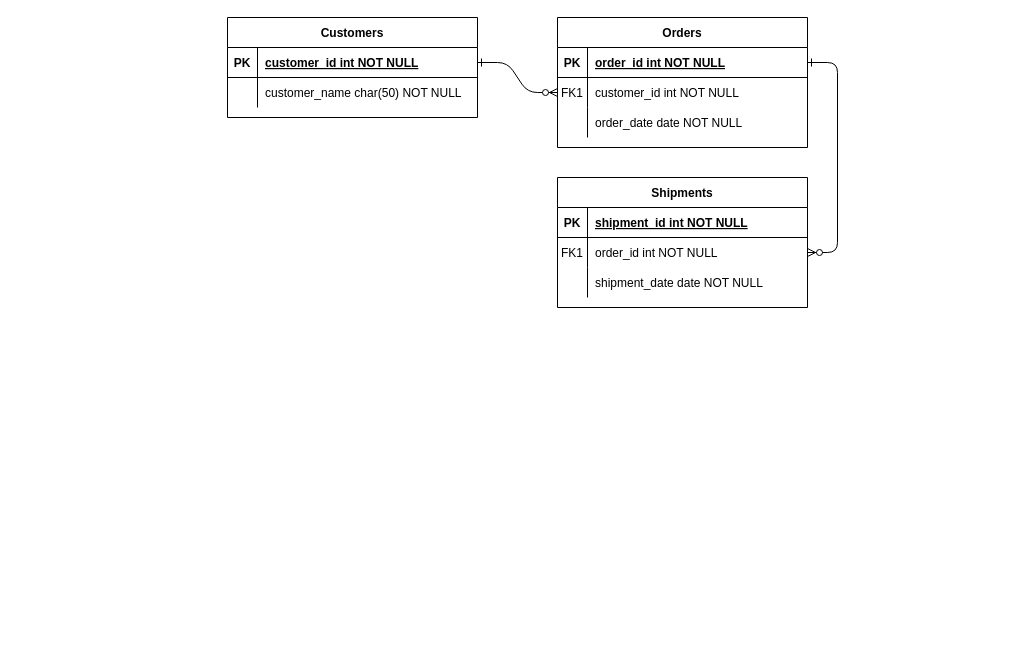
Earlier version of the draw.io diagram CW1 ERD.drawio (Daniel-Fejdych/Daniel-Fejdych.github.io). Source tidied: cells renumbered, new cells numbered last; positions are measured from the earlier drawing's top-left corner, leaving out a move shared by most shapes. Both pictures are drawn from the tidied source at 100%, with x=0, y=0 at pixel (227, 17).
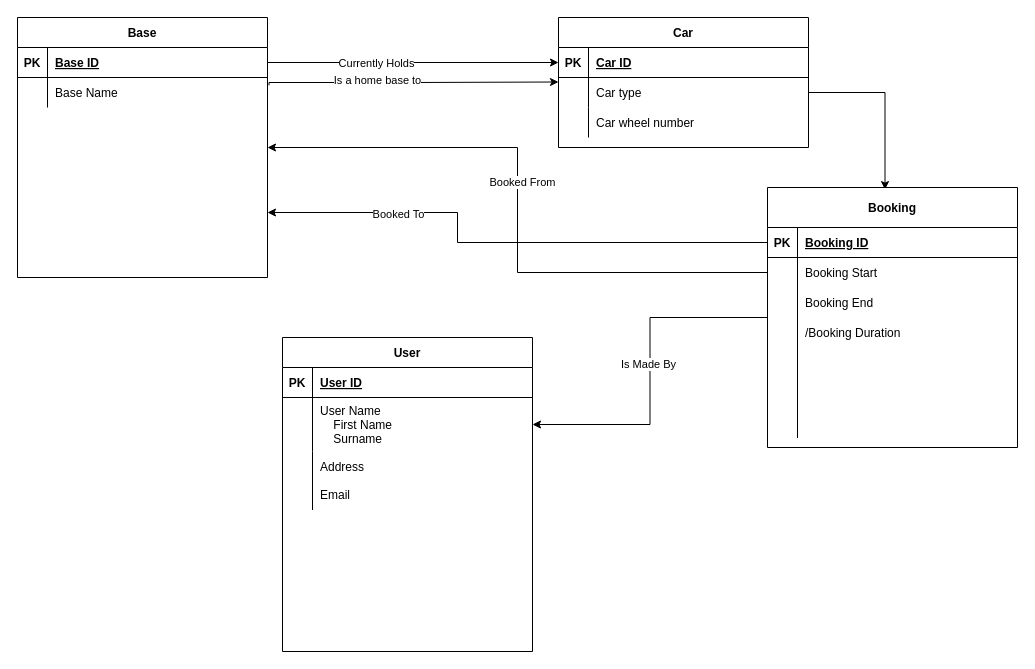
The same diagram, later.

The change refers to these unchanged cells:
```xml
<mxCell id="5" style="shape=partialRectangle;fillColor=none;points=[[0,0.5],[1,0.5]];portConstraint=eastwest;top=0;left=0;right=0;bottom=1;" parent="4" vertex="1">
  <mxGeometry y="30" width="250" height="30" as="geometry" />
</mxCell>
<mxCell id="8" style="shape=partialRectangle;fillColor=none;points=[[0,0.5],[1,0.5]];portConstraint=eastwest;top=0;left=0;right=0;bottom=0;" parent="4" vertex="1">
  <mxGeometry y="60" width="250" height="30" as="geometry" />
</mxCell>
<mxCell id="11" style="shape=partialRectangle;fillColor=none;top=0;left=0;right=0;bottom=0;" parent="4" vertex="1">
  <mxGeometry y="90" width="250" height="30" as="geometry" />
</mxCell>
<mxCell id="15" style="shape=partialRectangle;fillColor=none;top=0;left=0;right=0;bottom=1;" parent="14" vertex="1">
  <mxGeometry y="30" width="250" height="30" as="geometry" />
</mxCell>
```

Diff of the diagram source:
```diff
@@
-    <mxCell id="2" style="edgeStyle=entityRelationEdgeStyle;endArrow=ERzeroToMany;startArrow=ERone;endFill=1;startFill=0;" parent="1" edge="1" source="25" target="8">
-      <mxGeometry relative="1" as="geometry" />
-    </mxCell>
-    <mxCell id="3" style="edgeStyle=entityRelationEdgeStyle;endArrow=ERzeroToMany;startArrow=ERone;endFill=1;startFill=0;" parent="1" edge="1" source="5" target="18">
-      <mxGeometry relative="1" as="geometry" />
-    </mxCell>
-    <mxCell id="4" value="Orders" style="shape=table;startSize=30;childLayout=tableLayout;rowLines=0;fontStyle=1;align=center;" parent="1" vertex="1">
-      <mxGeometry x="330" width="250" height="130" as="geometry" />
+    <mxCell id="4" value="Car" style="shape=table;startSize=30;childLayout=tableLayout;rowLines=0;fontStyle=1;align=center;" parent="1" vertex="1">
+      <mxGeometry x="331" width="250" height="130" as="geometry" />
     </mxCell>
@@
-    <mxCell id="7" value="order_id int NOT NULL " style="shape=partialRectangle;overflow=hidden;fillColor=none;top=0;left=0;bottom=0;right=0;align=left;spacingLeft=6;fontStyle=5;" parent="5" vertex="1">
+    <mxCell id="7" value="Car ID" style="shape=partialRectangle;overflow=hidden;fillColor=none;top=0;left=0;bottom=0;right=0;align=left;spacingLeft=6;fontStyle=5;" parent="5" vertex="1">
       <mxGeometry x="30" width="220" height="30" as="geometry" />
     </mxCell>
@@
-    <mxCell id="9" value="FK1" style="shape=partialRectangle;overflow=hidden;fillColor=none;top=0;left=0;bottom=0;right=0;" parent="8" vertex="1">
+    <mxCell id="9" style="shape=partialRectangle;overflow=hidden;fillColor=none;top=0;left=0;bottom=0;right=0;" parent="8" vertex="1">
       <mxGeometry width="30" height="30" as="geometry" />
     </mxCell>
-    <mxCell id="10" value="customer_id int NOT NULL" style="shape=partialRectangle;overflow=hidden;fillColor=none;top=0;left=0;bottom=0;right=0;align=left;spacingLeft=6;" parent="8" vertex="1">
+    <mxCell id="10" value="Car type" style="shape=partialRectangle;overflow=hidden;fillColor=none;top=0;left=0;bottom=0;right=0;align=left;spacingLeft=6;" parent="8" vertex="1">
       <mxGeometry x="30" width="220" height="30" as="geometry" />
     </mxCell>
@@
-    <mxCell id="13" value="order_date date NOT NULL" style="shape=partialRectangle;overflow=hidden;fillColor=none;top=0;left=0;bottom=0;right=0;align=left;spacingLeft=6;" parent="11" vertex="1">
+    <mxCell id="13" value="Car wheel number" style="shape=partialRectangle;overflow=hidden;fillColor=none;top=0;left=0;bottom=0;right=0;align=left;spacingLeft=6;" parent="11" vertex="1">
       <mxGeometry x="30" width="220" height="30" as="geometry" />
     </mxCell>
+    <mxCell id="24" value="Base" style="shape=table;startSize=30;childLayout=tableLayout;rowLines=0;fontStyle=1;align=center;" parent="1" vertex="1">
+      <mxGeometry x="-210" width="250" height="260" as="geometry" />
+    </mxCell>
+    <mxCell id="25" style="shape=partialRectangle;fillColor=none;points=[[0,0.5],[1,0.5]];portConstraint=eastwest;top=0;left=0;right=0;bottom=1;" parent="24" vertex="1">
+      <mxGeometry y="30" width="250" height="30" as="geometry" />
+    </mxCell>
+    <mxCell id="26" value="PK" style="shape=partialRectangle;overflow=hidden;fillColor=none;top=0;left=0;bottom=0;right=0;fontStyle=1;" parent="25" vertex="1">
+      <mxGeometry width="30" height="30" as="geometry" />
+    </mxCell>
+    <mxCell id="27" value="Base ID" style="shape=partialRectangle;overflow=hidden;fillColor=none;top=0;left=0;bottom=0;right=0;align=left;spacingLeft=6;fontStyle=5;" parent="25" vertex="1">
+      <mxGeometry x="30" width="220" height="30" as="geometry" />
+    </mxCell>
+    <mxCell id="28" style="shape=partialRectangle;fillColor=none;points=[[0,0.5],[1,0.5]];portConstraint=eastwest;top=0;left=0;right=0;bottom=0;" parent="24" vertex="1">
+      <mxGeometry y="60" width="250" height="30" as="geometry" />
+    </mxCell>
+    <mxCell id="29" style="shape=partialRectangle;overflow=hidden;fillColor=none;top=0;left=0;bottom=0;right=0;" parent="28" vertex="1">
+      <mxGeometry width="30" height="30" as="geometry" />
+    </mxCell>
+    <mxCell id="30" value="Base Name" style="shape=partialRectangle;overflow=hidden;fillColor=none;top=0;left=0;bottom=0;right=0;align=left;spacingLeft=6;" parent="28" vertex="1">
+      <mxGeometry x="30" width="220" height="30" as="geometry" />
+    </mxCell>
+    <mxCell id="31" style="edgeStyle=orthogonalEdgeStyle;rounded=0;jettySize=auto;html=1;exitX=1;exitY=0.5;exitDx=0;exitDy=0;entryX=0;entryY=0.5;entryDx=0;entryDy=0;" parent="1" edge="1" source="25" target="5">
+      <mxGeometry relative="1" as="geometry" />
+    </mxCell>
+    <mxCell id="32" value="Currently Holds" style="edgeLabel;html=1;align=center;verticalAlign=middle;" parent="31" vertex="1">
+      <mxGeometry x="-0.26" relative="1" as="geometry" />
+    </mxCell>
-    <mxCell id="14" value="Shipments" style="shape=table;startSize=30;childLayout=tableLayout;rowLines=0;fontStyle=1;align=center;" parent="1" vertex="1">
-      <mxGeometry x="330" y="160" width="250" height="130" as="geometry" />
+    <mxCell id="14" value="User" style="shape=table;startSize=30;childLayout=tableLayout;rowLines=0;fontStyle=1;align=center;" parent="1" vertex="1">
+      <mxGeometry x="55" y="320" width="250" height="314" as="geometry" />
     </mxCell>
@@
-    <mxCell id="17" value="shipment_id int NOT NULL " style="shape=partialRectangle;overflow=hidden;fillColor=none;top=0;left=0;bottom=0;right=0;align=left;spacingLeft=6;fontStyle=5;" parent="15" vertex="1">
+    <mxCell id="17" value="User ID" style="shape=partialRectangle;overflow=hidden;fillColor=none;top=0;left=0;bottom=0;right=0;align=left;spacingLeft=6;fontStyle=5;" parent="15" vertex="1">
       <mxGeometry x="30" width="220" height="30" as="geometry" />
     </mxCell>
     <mxCell id="18" style="shape=partialRectangle;fillColor=none;points=[[0,0.5],[1,0.5]];portConstraint=eastwest;top=0;left=0;right=0;bottom=0;" parent="14" vertex="1">
-      <mxGeometry y="60" width="250" height="30" as="geometry" />
+      <mxGeometry y="60" width="250" height="54" as="geometry" />
     </mxCell>
-    <mxCell id="19" value="FK1" style="shape=partialRectangle;overflow=hidden;fillColor=none;top=0;left=0;bottom=0;right=0;" parent="18" vertex="1">
-      <mxGeometry width="30" height="30" as="geometry" />
+    <mxCell id="19" style="shape=partialRectangle;overflow=hidden;fillColor=none;top=0;left=0;bottom=0;right=0;" parent="18" vertex="1">
+      <mxGeometry width="30" height="54" as="geometry" />
     </mxCell>
-    <mxCell id="20" value="order_id int NOT NULL" style="shape=partialRectangle;overflow=hidden;fillColor=none;top=0;left=0;bottom=0;right=0;align=left;spacingLeft=6;" parent="18" vertex="1">
-      <mxGeometry x="30" width="220" height="30" as="geometry" />
+    <mxCell id="20" value="User Name&#10;    First Name&#10;    Surname" style="shape=partialRectangle;overflow=hidden;fillColor=none;top=0;left=0;bottom=0;right=0;align=left;spacingLeft=6;" parent="18" vertex="1">
+      <mxGeometry x="30" width="220" height="54" as="geometry" />
     </mxCell>
     <mxCell id="21" style="shape=partialRectangle;fillColor=none;top=0;left=0;right=0;bottom=0;" parent="14" vertex="1">
-      <mxGeometry y="90" width="250" height="30" as="geometry" />
+      <mxGeometry y="114" width="250" height="30" as="geometry" />
     </mxCell>
@@
-    <mxCell id="23" value="shipment_date date NOT NULL" style="shape=partialRectangle;overflow=hidden;fillColor=none;top=0;left=0;bottom=0;right=0;align=left;spacingLeft=6;" parent="21" vertex="1">
+    <mxCell id="23" value="Address" style="shape=partialRectangle;overflow=hidden;fillColor=none;top=0;left=0;bottom=0;right=0;align=left;spacingLeft=6;" parent="21" vertex="1">
       <mxGeometry x="30" width="220" height="30" as="geometry" />
     </mxCell>
-    <mxCell id="24" value="Customers" style="shape=table;startSize=30;childLayout=tableLayout;rowLines=0;fontStyle=1;align=center;" parent="1" vertex="1">
-      <mxGeometry width="250" height="100" as="geometry" />
-    </mxCell>
-    <mxCell id="25" style="shape=partialRectangle;fillColor=none;points=[[0,0.5],[1,0.5]];portConstraint=eastwest;top=0;left=0;right=0;bottom=1;" parent="24" vertex="1">
-      <mxGeometry y="30" width="250" height="30" as="geometry" />
-    </mxCell>
-    <mxCell id="26" value="PK" style="shape=partialRectangle;overflow=hidden;fillColor=none;top=0;left=0;bottom=0;right=0;fontStyle=1;" parent="25" vertex="1">
-      <mxGeometry width="30" height="30" as="geometry" />
-    </mxCell>
-    <mxCell id="27" value="customer_id int NOT NULL " style="shape=partialRectangle;overflow=hidden;fillColor=none;top=0;left=0;bottom=0;right=0;align=left;spacingLeft=6;fontStyle=5;" parent="25" vertex="1">
-      <mxGeometry x="30" width="220" height="30" as="geometry" />
-    </mxCell>
-    <mxCell id="28" style="shape=partialRectangle;fillColor=none;points=[[0,0.5],[1,0.5]];portConstraint=eastwest;top=0;left=0;right=0;bottom=0;" parent="24" vertex="1">
-      <mxGeometry y="60" width="250" height="30" as="geometry" />
-    </mxCell>
-    <mxCell id="29" style="shape=partialRectangle;overflow=hidden;fillColor=none;top=0;left=0;bottom=0;right=0;" parent="28" vertex="1">
-      <mxGeometry width="30" height="30" as="geometry" />
-    </mxCell>
-    <mxCell id="30" value="customer_name char(50) NOT NULL" style="shape=partialRectangle;overflow=hidden;fillColor=none;top=0;left=0;bottom=0;right=0;align=left;spacingLeft=6;" parent="28" vertex="1">
-      <mxGeometry x="30" width="220" height="30" as="geometry" />
-    </mxCell>
+    <mxCell id="33" style="edgeStyle=orthogonalEdgeStyle;rounded=0;jettySize=auto;html=1;exitX=1;exitY=0.5;exitDx=0;exitDy=0;entryX=0.47;entryY=0.008;entryDx=0;entryDy=0;entryPerimeter=0;" parent="1" edge="1" source="8" target="36">
+      <mxGeometry relative="1" as="geometry" />
+    </mxCell>
+    <mxCell id="34" style="edgeStyle=orthogonalEdgeStyle;rounded=0;jettySize=auto;html=1;entryX=1;entryY=0.5;entryDx=0;entryDy=0;" parent="1" edge="1" source="36" target="18">
+      <mxGeometry relative="1" as="geometry" />
+    </mxCell>
+    <mxCell id="35" value="Is Made By" style="edgeLabel;html=1;align=center;verticalAlign=middle;" parent="34" vertex="1">
+      <mxGeometry x="-0.04" y="-2" relative="1" as="geometry" />
+    </mxCell>
+    <mxCell id="36" value="Booking" style="shape=table;startSize=40;childLayout=tableLayout;rowLines=0;fontStyle=1;align=center;" parent="1" vertex="1">
+      <mxGeometry x="540" y="170" width="250" height="260" as="geometry" />
+    </mxCell>
+    <mxCell id="37" style="shape=partialRectangle;fillColor=none;points=[[0,0.5],[1,0.5]];portConstraint=eastwest;top=0;left=0;right=0;bottom=1;" parent="36" vertex="1">
+      <mxGeometry y="40" width="250" height="30" as="geometry" />
+    </mxCell>
+    <mxCell id="38" value="PK" style="shape=partialRectangle;overflow=hidden;fillColor=none;top=0;left=0;bottom=0;right=0;fontStyle=1;" parent="37" vertex="1">
+      <mxGeometry width="30" height="30" as="geometry" />
+    </mxCell>
+    <mxCell id="39" value="Booking ID" style="shape=partialRectangle;overflow=hidden;fillColor=none;top=0;left=0;bottom=0;right=0;align=left;spacingLeft=6;fontStyle=5;" parent="37" vertex="1">
+      <mxGeometry x="30" width="220" height="30" as="geometry" />
+    </mxCell>
+    <mxCell id="40" style="shape=partialRectangle;fillColor=none;points=[[0,0.5],[1,0.5]];portConstraint=eastwest;top=0;left=0;right=0;bottom=0;" parent="36" vertex="1">
+      <mxGeometry y="70" width="250" height="30" as="geometry" />
+    </mxCell>
+    <mxCell id="41" style="shape=partialRectangle;overflow=hidden;fillColor=none;top=0;left=0;bottom=0;right=0;" parent="40" vertex="1">
+      <mxGeometry width="30" height="30" as="geometry" />
+    </mxCell>
+    <mxCell id="42" value="Booking Start" style="shape=partialRectangle;overflow=hidden;fillColor=none;top=0;left=0;bottom=0;right=0;align=left;spacingLeft=6;" parent="40" vertex="1">
+      <mxGeometry x="30" width="220" height="30" as="geometry" />
+    </mxCell>
+    <mxCell id="43" value="Booking End" style="shape=partialRectangle;overflow=hidden;fillColor=none;top=0;left=1;bottom=0;right=0;align=left;spacingLeft=6;perimeterSpacing=0;strokeWidth=1;strokeColor=default;" parent="1" vertex="1">
+      <mxGeometry x="570" y="270" width="220" height="30" as="geometry" />
+    </mxCell>
+    <mxCell id="44" style="edgeStyle=orthogonalEdgeStyle;rounded=0;jettySize=auto;html=1;exitX=1.006;exitY=0.26;exitDx=0;exitDy=0;entryX=0;entryY=0.5;entryDx=0;entryDy=0;exitPerimeter=0;" parent="1" edge="1" source="28">
+      <mxGeometry relative="1" as="geometry">
+        <mxPoint x="331" y="64.5" as="targetPoint" />
+        <Array as="points">
+          <mxPoint x="42" y="65" />
+          <mxPoint x="186" y="65" />
+        </Array>
+      </mxGeometry>
+    </mxCell>
+    <mxCell id="45" value="Is a home base to" style="edgeLabel;html=1;align=center;verticalAlign=middle;" parent="44" vertex="1">
+      <mxGeometry x="-0.24" y="3" relative="1" as="geometry" />
+    </mxCell>
+    <mxCell id="46" value="/Booking Duration" style="shape=partialRectangle;overflow=hidden;fillColor=none;top=0;left=1;bottom=0;right=0;align=left;spacingLeft=6;" parent="1" vertex="1">
+      <mxGeometry x="570" y="300" width="220" height="30" as="geometry" />
+    </mxCell>
+    <mxCell id="47" style="shape=partialRectangle;overflow=hidden;fillColor=none;top=0;left=1;bottom=0;right=0;align=left;spacingLeft=6;" parent="1" vertex="1">
+      <mxGeometry x="570" y="330" width="220" height="30" as="geometry" />
+    </mxCell>
+    <mxCell id="48" style="shape=partialRectangle;overflow=hidden;fillColor=none;top=0;left=1;bottom=0;right=0;align=left;spacingLeft=6;" parent="1" vertex="1">
+      <mxGeometry x="570" y="360" width="220" height="30" as="geometry" />
+    </mxCell>
+    <mxCell id="49" style="shape=partialRectangle;overflow=hidden;fillColor=none;top=0;left=1;bottom=0;right=0;align=left;spacingLeft=6;" parent="1" vertex="1">
+      <mxGeometry x="570" y="390" width="220" height="30" as="geometry" />
+    </mxCell>
+    <mxCell id="50" value="Email" style="shape=partialRectangle;overflow=hidden;fillColor=none;top=0;left=1;bottom=0;right=0;align=left;spacingLeft=6;" parent="1" vertex="1">
+      <mxGeometry x="85" y="462" width="220" height="30" as="geometry" />
+    </mxCell>
+    <mxCell id="51" style="edgeStyle=orthogonalEdgeStyle;rounded=0;jettySize=auto;html=1;exitX=0;exitY=0.5;exitDx=0;exitDy=0;entryX=1;entryY=0.5;entryDx=0;entryDy=0;" parent="1" edge="1" source="40" target="24">
+      <mxGeometry relative="1" as="geometry" />
+    </mxCell>
+    <mxCell id="52" value="Booked From" style="edgeLabel;html=1;align=center;verticalAlign=middle;" parent="51" vertex="1">
+      <mxGeometry x="0.09" y="-4" relative="1" as="geometry" />
+    </mxCell>
+    <mxCell id="53" style="edgeStyle=orthogonalEdgeStyle;rounded=0;jettySize=auto;html=1;entryX=1;entryY=0.75;entryDx=0;entryDy=0;" parent="1" edge="1" source="37" target="24">
+      <mxGeometry relative="1" as="geometry">
+        <Array as="points">
+          <mxPoint x="230" y="225" />
+          <mxPoint x="230" y="195" />
+        </Array>
+      </mxGeometry>
+    </mxCell>
+    <mxCell id="54" value="Booked To" style="edgeLabel;html=1;align=center;verticalAlign=middle;" parent="53" vertex="1">
+      <mxGeometry x="0.51" y="1" relative="1" as="geometry" />
+    </mxCell>
```
